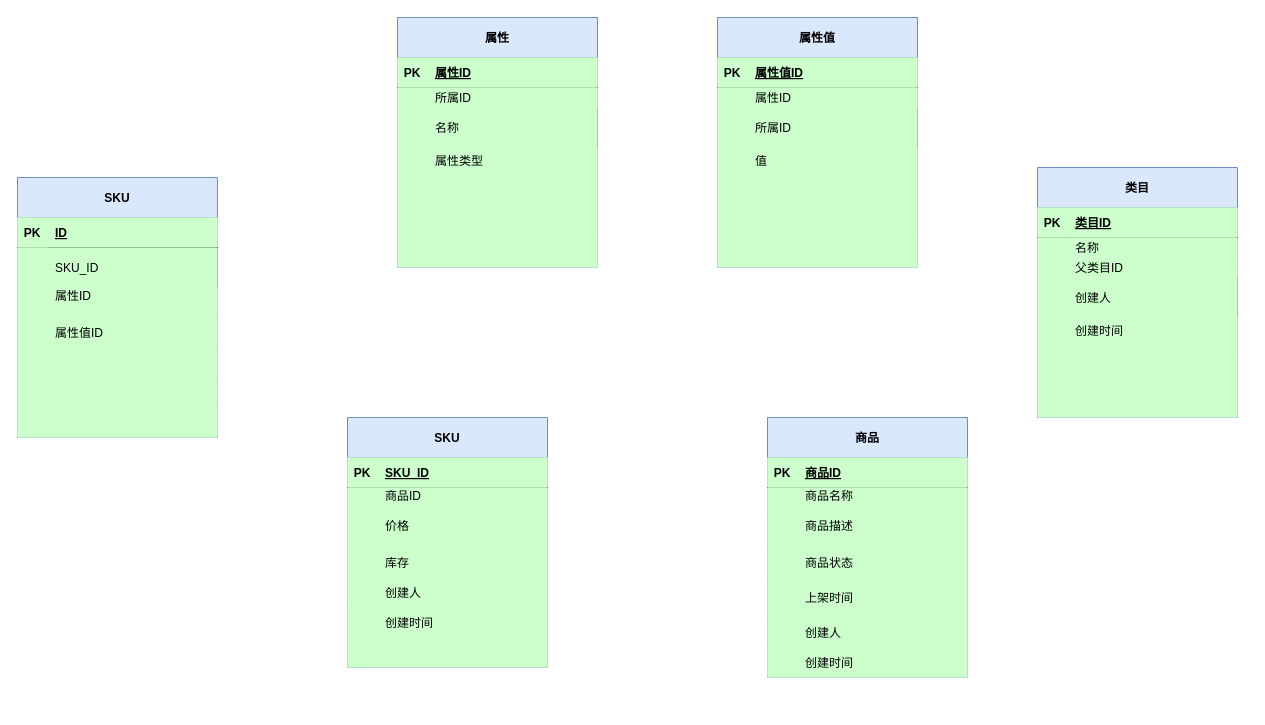
Before: 未命名绘图.drawio in linxiaofan/linhenghui, a draw.io diagram. Source tidied: cells renumbered, new cells numbered last; positions are measured from the earlier drawing's top-left corner, leaving out a move shared by most shapes. Both pictures are drawn from the tidied source at 100%, with x=0, y=0 at pixel (17, 17).
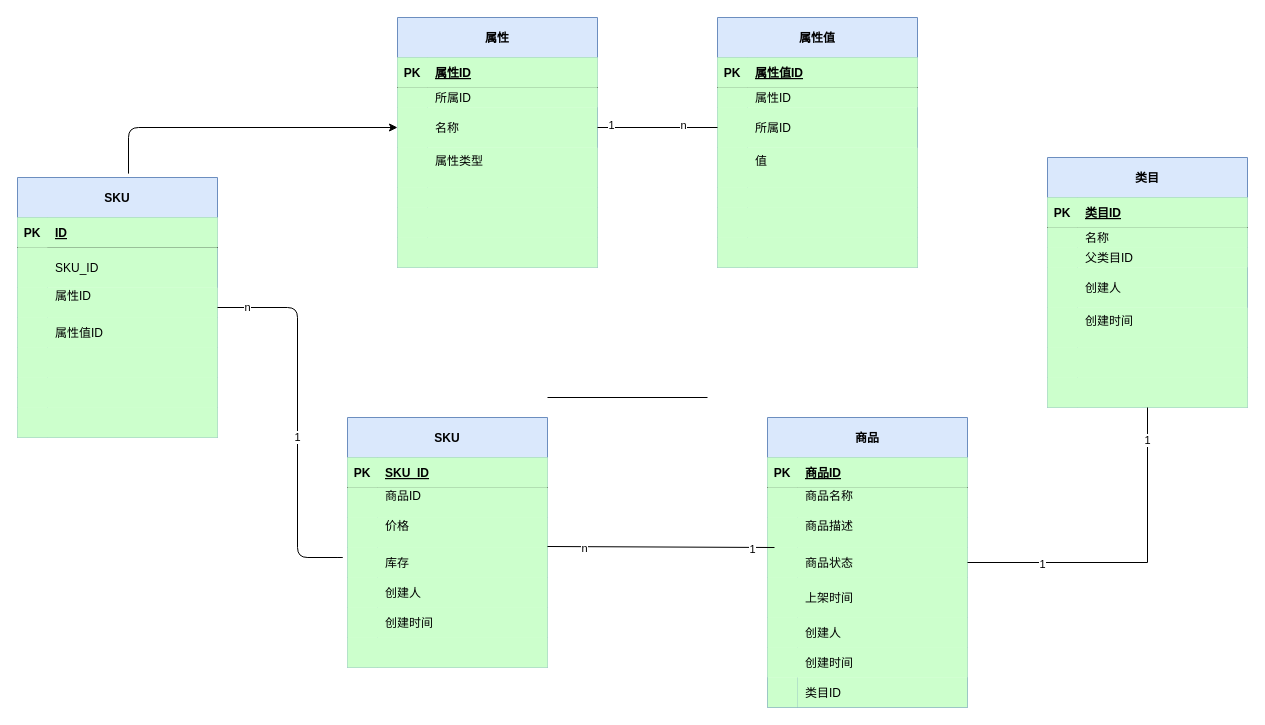
Above is the later version.

The change refers to these unchanged cells:
```xml
<mxCell id="2" value="SKU" style="shape=table;startSize=40;childLayout=tableLayout;rowLines=0;fontStyle=1;align=center;fillColor=#dae8fc;strokeColor=#6c8ebf;" parent="1" vertex="1">
  <mxGeometry x="330" y="400" width="200" height="250" as="geometry" />
</mxCell>
<mxCell id="9" style="shape=partialRectangle;top=0;left=0;bottom=0;right=0;points=[[0,0.5],[1,0.5]];portConstraint=eastwest;fillColor=#CCFFCC;" parent="2" vertex="1">
  <mxGeometry y="100" width="200" height="30" as="geometry" />
</mxCell>
<mxCell id="12" style="shape=partialRectangle;top=0;left=0;bottom=0;right=0;points=[[0,0.5],[1,0.5]];portConstraint=eastwest;fillColor=#CCFFCC;" parent="2" vertex="1">
  <mxGeometry y="130" width="200" height="30" as="geometry" />
</mxCell>
<mxCell id="34" style="shape=partialRectangle;top=0;left=0;bottom=0;right=0;points=[[0,0.5],[1,0.5]];portConstraint=eastwest;fillColor=#CCFFCC;" parent="24" vertex="1">
  <mxGeometry y="130" width="200" height="30" as="geometry" />
</mxCell>
<mxCell id="46" value="SKU" style="shape=table;startSize=40;childLayout=tableLayout;rowLines=0;fontStyle=1;align=center;fillColor=#dae8fc;strokeColor=#6c8ebf;" parent="1" vertex="1">
  <mxGeometry y="160" width="200" height="260" as="geometry" />
</mxCell>
<mxCell id="75" style="shape=partialRectangle;top=0;left=0;bottom=0;right=0;points=[[0,0.5],[1,0.5]];portConstraint=eastwest;fillColor=#CCFFCC;" parent="68" vertex="1">
  <mxGeometry y="90" width="200" height="40" as="geometry" />
</mxCell>
```

The edit, as a diff of the source:
```diff
@@
+    <mxCell id="134" style="edgeStyle=none;rounded=1;orthogonalLoop=1;jettySize=auto;html=1;entryX=0;entryY=0.5;entryDx=0;entryDy=0;startSize=40;" parent="2" edge="1" source="12" target="12">
+      <mxGeometry relative="1" as="geometry" />
+    </mxCell>
     <mxCell id="24" value="商品" style="shape=table;startSize=40;childLayout=tableLayout;rowLines=0;fontStyle=1;align=center;fillColor=#dae8fc;strokeColor=#6c8ebf;" parent="1" vertex="1">
-      <mxGeometry x="750" y="400" width="200" height="260" as="geometry" />
+      <mxGeometry x="750" y="400" width="200" height="290" as="geometry" />
     </mxCell>
@@
+    <mxCell id="135" style="shape=partialRectangle;fillColor=none;top=0;left=0;bottom=0;right=0;strokeWidth=1;align=left;" parent="24" vertex="1">
+      <mxGeometry y="260" width="200" height="30" as="geometry" />
+    </mxCell>
+    <mxCell id="136" style="shape=partialRectangle;top=0;left=0;bottom=0;right=0;overflow=hidden;fillColor=#CCFFCC;" parent="135" vertex="1">
+      <mxGeometry width="30" height="30" as="geometry" />
+    </mxCell>
+    <mxCell id="137" value="类目ID" style="shape=partialRectangle;top=0;left=0;bottom=0;right=0;align=left;spacingLeft=6;overflow=hidden;strokeColor=#82b366;fillColor=#CCFFCC;" parent="135" vertex="1">
+      <mxGeometry x="30" width="170" height="30" as="geometry" />
+    </mxCell>
@@
+    <mxCell id="138" style="endArrow=none;html=1;rounded=0;exitX=1;exitY=0.967;exitDx=0;exitDy=0;exitPerimeter=0;" parent="1" edge="1" source="9">
+      <mxGeometry relative="1" as="geometry">
+        <mxPoint x="757" y="530" as="targetPoint" />
+        <Array as="points">
+          <mxPoint x="757" y="530" />
+        </Array>
+      </mxGeometry>
+    </mxCell>
+    <mxCell id="139" value="n" style="edgeLabel;html=1;align=center;verticalAlign=middle;" parent="138" vertex="1">
+      <mxGeometry x="-0.67" y="-1" relative="1" as="geometry" />
+    </mxCell>
+    <mxCell id="140" value="1" style="edgeLabel;html=1;align=center;verticalAlign=middle;" parent="138" vertex="1">
+      <mxGeometry x="1" y="23" relative="1" as="geometry">
+        <mxPoint x="-23" y="1" as="offset" />
+      </mxGeometry>
+    </mxCell>
+    <mxCell id="141" value="1" style="endArrow=none;html=1;exitX=1;exitY=0.5;exitDx=0;exitDy=0;rounded=1;" parent="1" edge="1" source="46">
+      <mxGeometry relative="1" as="geometry">
+        <mxPoint x="290" y="540" as="targetPoint" />
+        <Array as="points">
+          <mxPoint x="280" y="290" />
+          <mxPoint x="280" y="540" />
+          <mxPoint x="330" y="540" />
+        </Array>
+      </mxGeometry>
+    </mxCell>
+    <mxCell id="142" value="n" style="edgeLabel;html=1;align=center;verticalAlign=middle;" parent="141" vertex="1">
+      <mxGeometry x="-0.86" y="1" relative="1" as="geometry" />
+    </mxCell>
+    <mxCell id="143" style="edgeStyle=none;rounded=1;jettySize=auto;html=1;entryX=0;entryY=0.5;entryDx=0;entryDy=0;startSize=40;exitX=0.555;exitY=-0.015;exitDx=0;exitDy=0;exitPerimeter=0;" parent="1" edge="1" source="46" target="75">
+      <mxGeometry relative="1" as="geometry">
+        <Array as="points">
+          <mxPoint x="111" y="110" />
+        </Array>
+      </mxGeometry>
+    </mxCell>
+    <mxCell id="144" style="endArrow=none;html=1;rounded=0;exitX=1;exitY=0.5;exitDx=0;exitDy=0;" parent="1" edge="1" source="75">
+      <mxGeometry relative="1" as="geometry">
+        <mxPoint x="700" y="110" as="targetPoint" />
+      </mxGeometry>
+    </mxCell>
+    <mxCell id="145" value="1" style="edgeLabel;html=1;align=center;verticalAlign=middle;" parent="144" vertex="1">
+      <mxGeometry x="-0.78" y="3" relative="1" as="geometry" />
+    </mxCell>
+    <mxCell id="146" value="n" style="edgeLabel;html=1;align=center;verticalAlign=middle;" parent="144" vertex="1">
+      <mxGeometry x="0.42" y="3" relative="1" as="geometry" />
+    </mxCell>
     <mxCell id="112" value="类目" style="shape=table;startSize=40;childLayout=tableLayout;rowLines=0;fontStyle=1;align=center;fillColor=#dae8fc;strokeColor=#6c8ebf;" parent="1" vertex="1">
-      <mxGeometry x="1020" y="150" width="200" height="250" as="geometry" />
+      <mxGeometry x="1030" y="140" width="200" height="250" as="geometry" />
     </mxCell>
@@
+    <mxCell id="147" style="endArrow=none;html=1;rounded=0;" parent="1" edge="1">
+      <mxGeometry relative="1" as="geometry">
+        <mxPoint x="530" y="380" as="sourcePoint" />
+        <mxPoint x="690" y="380" as="targetPoint" />
+      </mxGeometry>
+    </mxCell>
+    <mxCell id="148" style="endArrow=none;html=1;rounded=0;entryX=0.5;entryY=1;entryDx=0;entryDy=0;" parent="1" edge="1" source="34" target="112">
+      <mxGeometry relative="1" as="geometry">
+        <Array as="points">
+          <mxPoint x="1130" y="545" />
+        </Array>
+      </mxGeometry>
+    </mxCell>
+    <mxCell id="149" value="1" style="edgeLabel;html=1;align=center;verticalAlign=middle;" parent="148" vertex="1">
+      <mxGeometry x="-0.56" y="-1" relative="1" as="geometry" />
+    </mxCell>
+    <mxCell id="150" value="1" style="edgeLabel;html=1;align=center;verticalAlign=middle;" parent="148" vertex="1">
+      <mxGeometry x="0.81" y="1" relative="1" as="geometry" />
+    </mxCell>
```
